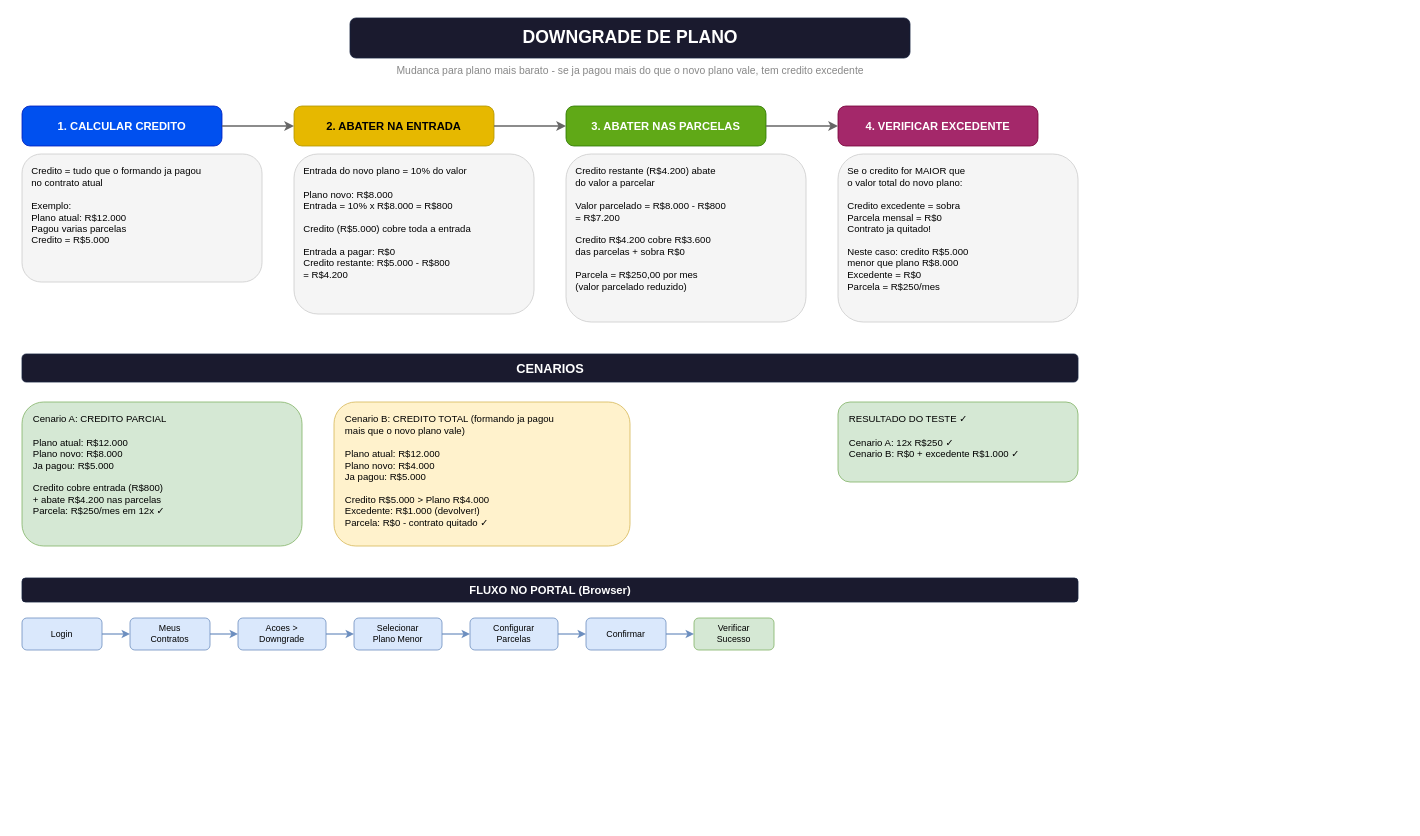
Before: docs/downgrade.drawio in lucasaugustodev/cli-hub-portal-vibe, a draw.io diagram. Source tidied: cells renumbered, new cells numbered last; positions are measured from the earlier drawing's top-left corner, leaving out a move shared by most shapes. Both pictures are drawn from the tidied source at 80%, with x=0, y=0 at pixel (22, 18).
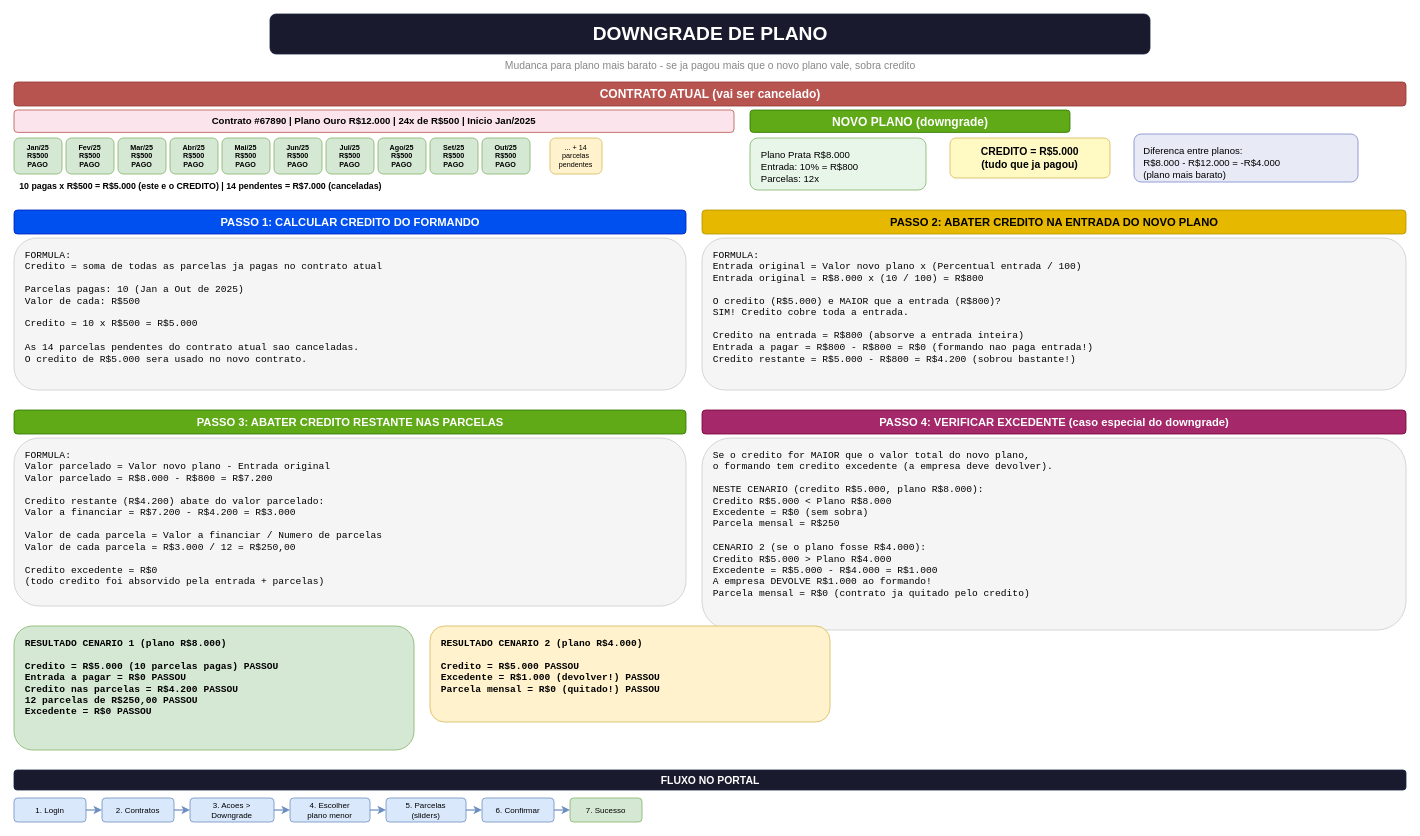
The same diagram, later.

Commit message (it also covers changes not shown here):
chore: add git utility scripts and update downgrade diagram

Diff of the diagram source:
```diff
@@
-    <mxCell id="2" value="DOWNGRADE DE PLANO" style="text;html=1;align=center;verticalAlign=middle;fontSize=22;fontStyle=1;fillColor=#1a1a2e;fontColor=#FFFFFF;rounded=1;strokeColor=#16213e;spacingTop=8;spacingBottom=8;" parent="1" vertex="1">
-      <mxGeometry x="410" width="700" height="50" as="geometry" />
+    <mxCell id="2" value="DOWNGRADE DE PLANO" style="text;html=1;align=center;verticalAlign=middle;fontSize=24;fontStyle=1;fillColor=#1a1a2e;fontColor=#FFFFFF;rounded=1;strokeColor=#16213e;spacingTop=8;spacingBottom=8;" parent="1" vertex="1">
+      <mxGeometry x="310" y="-5" width="1100" height="50" as="geometry" />
     </mxCell>
-    <mxCell id="3" value="Mudanca para plano mais barato - se ja pagou mais do que o novo plano vale, tem credito excedente" style="text;html=1;align=center;verticalAlign=middle;fontSize=13;fontColor=#888888;" parent="1" vertex="1">
-      <mxGeometry x="310" y="52" width="900" height="25" as="geometry" />
+    <mxCell id="3" value="Mudanca para plano mais barato - se ja pagou mais que o novo plano vale, sobra credito" style="text;html=1;align=center;verticalAlign=middle;fontSize=13;fontColor=#888888;" parent="1" vertex="1">
+      <mxGeometry x="360" y="48" width="1000" height="22" as="geometry" />
     </mxCell>
-    <mxCell id="4" value="1. CALCULAR CREDITO" style="rounded=1;whiteSpace=wrap;html=1;fillColor=#0050ef;fontColor=#ffffff;strokeColor=#001DBC;fontSize=14;fontStyle=1;arcSize=20;" parent="1" vertex="1">
-      <mxGeometry y="110" width="250" height="50" as="geometry" />
-    </mxCell>
-    <mxCell id="5" value="Credito = tudo que o formando ja pagou&#10;no contrato atual&#10;&#10;Exemplo:&#10;  Plano atual: R$12.000&#10;  Pagou varias parcelas&#10;  Credito = R$5.000" style="rounded=1;whiteSpace=wrap;html=1;fillColor=#f5f5f5;strokeColor=#CCCCCC;fontSize=12;align=left;spacingLeft=10;spacingRight=10;verticalAlign=top;spacingTop=8;" parent="1" vertex="1">
-      <mxGeometry y="170" width="300" height="160" as="geometry" />
-    </mxCell>
-    <mxCell id="6" value="2. ABATER NA ENTRADA" style="rounded=1;whiteSpace=wrap;html=1;fillColor=#e6b800;fontColor=#000000;strokeColor=#B09500;fontSize=14;fontStyle=1;arcSize=20;" parent="1" vertex="1">
-      <mxGeometry x="340" y="110" width="250" height="50" as="geometry" />
-    </mxCell>
-    <mxCell id="7" value="Entrada do novo plano = 10% do valor&#10;&#10;Plano novo: R$8.000&#10;Entrada = 10% x R$8.000 = R$800&#10;&#10;Credito (R$5.000) cobre toda a entrada&#10;&#10;Entrada a pagar: R$0&#10;Credito restante: R$5.000 - R$800&#10;                = R$4.200" style="rounded=1;whiteSpace=wrap;html=1;fillColor=#f5f5f5;strokeColor=#CCCCCC;fontSize=12;align=left;spacingLeft=10;spacingRight=10;verticalAlign=top;spacingTop=8;" parent="1" vertex="1">
-      <mxGeometry x="340" y="170" width="300" height="200" as="geometry" />
-    </mxCell>
-    <mxCell id="8" style="edgeStyle=orthogonalEdgeStyle;rounded=1;strokeWidth=2;strokeColor=#666666;" parent="1" edge="1" source="4" target="6">
-      <mxGeometry relative="1" as="geometry" />
-    </mxCell>
-    <mxCell id="9" value="3. ABATER NAS PARCELAS" style="rounded=1;whiteSpace=wrap;html=1;fillColor=#60a917;fontColor=#ffffff;strokeColor=#2D7600;fontSize=14;fontStyle=1;arcSize=20;" parent="1" vertex="1">
-      <mxGeometry x="680" y="110" width="250" height="50" as="geometry" />
-    </mxCell>
-    <mxCell id="10" value="Credito restante (R$4.200) abate&#10;do valor a parcelar&#10;&#10;Valor parcelado = R$8.000 - R$800&#10;               = R$7.200&#10;&#10;Credito R$4.200 cobre R$3.600&#10;das parcelas + sobra R$0&#10;&#10;Parcela = R$250,00 por mes&#10;(valor parcelado reduzido)" style="rounded=1;whiteSpace=wrap;html=1;fillColor=#f5f5f5;strokeColor=#CCCCCC;fontSize=12;align=left;spacingLeft=10;spacingRight=10;verticalAlign=top;spacingTop=8;" parent="1" vertex="1">
-      <mxGeometry x="680" y="170" width="300" height="210" as="geometry" />
-    </mxCell>
-    <mxCell id="11" style="edgeStyle=orthogonalEdgeStyle;rounded=1;strokeWidth=2;strokeColor=#666666;" parent="1" edge="1" source="6" target="9">
-      <mxGeometry relative="1" as="geometry" />
-    </mxCell>
-    <mxCell id="12" value="4. VERIFICAR EXCEDENTE" style="rounded=1;whiteSpace=wrap;html=1;fillColor=#a4286a;fontColor=#ffffff;strokeColor=#740037;fontSize=14;fontStyle=1;arcSize=20;" parent="1" vertex="1">
-      <mxGeometry x="1020" y="110" width="250" height="50" as="geometry" />
-    </mxCell>
-    <mxCell id="13" value="Se o credito for MAIOR que&#10;o valor total do novo plano:&#10;&#10;  Credito excedente = sobra&#10;  Parcela mensal = R$0&#10;  Contrato ja quitado!&#10;&#10;Neste caso: credito R$5.000&#10;menor que plano R$8.000&#10;Excedente = R$0&#10;Parcela = R$250/mes" style="rounded=1;whiteSpace=wrap;html=1;fillColor=#f5f5f5;strokeColor=#CCCCCC;fontSize=12;align=left;spacingLeft=10;spacingRight=10;verticalAlign=top;spacingTop=8;" parent="1" vertex="1">
-      <mxGeometry x="1020" y="170" width="300" height="210" as="geometry" />
-    </mxCell>
-    <mxCell id="14" style="edgeStyle=orthogonalEdgeStyle;rounded=1;strokeWidth=2;strokeColor=#666666;" parent="1" edge="1" source="9" target="12">
-      <mxGeometry relative="1" as="geometry" />
-    </mxCell>
-    <mxCell id="15" value="CENARIOS" style="text;html=1;align=center;verticalAlign=middle;fontSize=16;fontStyle=1;fillColor=#1a1a2e;fontColor=#FFFFFF;rounded=1;strokeColor=#16213e;spacingTop=5;spacingBottom=5;" parent="1" vertex="1">
-      <mxGeometry y="420" width="1320" height="35" as="geometry" />
-    </mxCell>
-    <mxCell id="16" value="Cenario A: CREDITO PARCIAL&#10;&#10;Plano atual: R$12.000&#10;Plano novo: R$8.000&#10;Ja pagou: R$5.000&#10;&#10;Credito cobre entrada (R$800)&#10;+ abate R$4.200 nas parcelas&#10;Parcela: R$250/mes em 12x  ✓" style="rounded=1;whiteSpace=wrap;html=1;fillColor=#d5e8d4;strokeColor=#82b366;fontSize=12;align=left;spacingLeft=12;spacingRight=12;verticalAlign=top;spacingTop=8;" parent="1" vertex="1">
-      <mxGeometry y="480" width="350" height="180" as="geometry" />
-    </mxCell>
-    <mxCell id="17" value="Cenario B: CREDITO TOTAL (formando ja pagou&#10;mais que o novo plano vale)&#10;&#10;Plano atual: R$12.000&#10;Plano novo: R$4.000&#10;Ja pagou: R$5.000&#10;&#10;Credito R$5.000 &gt; Plano R$4.000&#10;Excedente: R$1.000 (devolver!)&#10;Parcela: R$0 - contrato quitado  ✓" style="rounded=1;whiteSpace=wrap;html=1;fillColor=#fff2cc;strokeColor=#d6b656;fontSize=12;align=left;spacingLeft=12;spacingRight=12;verticalAlign=top;spacingTop=8;" parent="1" vertex="1">
-      <mxGeometry x="390" y="480" width="370" height="180" as="geometry" />
-    </mxCell>
+    <mxCell id="33" value="CONTRATO ATUAL (vai ser cancelado)" style="text;html=1;align=center;verticalAlign=middle;fontSize=15;fontStyle=1;fillColor=#b85450;fontColor=#FFFFFF;rounded=1;strokeColor=#943634;" parent="1" vertex="1">
+      <mxGeometry x="-10" y="80" width="1740" height="30" as="geometry" />
+    </mxCell>
+    <mxCell id="34" value="Contrato #67890  |  Plano Ouro R$12.000  |  24x de R$500  |  Inicio Jan/2025" style="rounded=1;whiteSpace=wrap;html=1;fillColor=#fce4ec;strokeColor=#b85450;fontSize=12;fontStyle=1;align=center;" parent="1" vertex="1">
+      <mxGeometry x="-10" y="115" width="900" height="28" as="geometry" />
+    </mxCell>
+    <mxCell id="35" value="Jan/25&#10;R$500&#10;PAGO" style="rounded=1;whiteSpace=wrap;html=1;fillColor=#d5e8d4;strokeColor=#82b366;fontSize=9;fontStyle=1;" parent="1" vertex="1">
+      <mxGeometry x="-10" y="150" width="60" height="45" as="geometry" />
+    </mxCell>
+    <mxCell id="36" value="Fev/25&#10;R$500&#10;PAGO" style="rounded=1;whiteSpace=wrap;html=1;fillColor=#d5e8d4;strokeColor=#82b366;fontSize=9;fontStyle=1;" parent="1" vertex="1">
+      <mxGeometry x="55" y="150" width="60" height="45" as="geometry" />
+    </mxCell>
+    <mxCell id="37" value="Mar/25&#10;R$500&#10;PAGO" style="rounded=1;whiteSpace=wrap;html=1;fillColor=#d5e8d4;strokeColor=#82b366;fontSize=9;fontStyle=1;" parent="1" vertex="1">
+      <mxGeometry x="120" y="150" width="60" height="45" as="geometry" />
+    </mxCell>
+    <mxCell id="38" value="Abr/25&#10;R$500&#10;PAGO" style="rounded=1;whiteSpace=wrap;html=1;fillColor=#d5e8d4;strokeColor=#82b366;fontSize=9;fontStyle=1;" parent="1" vertex="1">
+      <mxGeometry x="185" y="150" width="60" height="45" as="geometry" />
+    </mxCell>
+    <mxCell id="39" value="Mai/25&#10;R$500&#10;PAGO" style="rounded=1;whiteSpace=wrap;html=1;fillColor=#d5e8d4;strokeColor=#82b366;fontSize=9;fontStyle=1;" parent="1" vertex="1">
+      <mxGeometry x="250" y="150" width="60" height="45" as="geometry" />
+    </mxCell>
+    <mxCell id="40" value="Jun/25&#10;R$500&#10;PAGO" style="rounded=1;whiteSpace=wrap;html=1;fillColor=#d5e8d4;strokeColor=#82b366;fontSize=9;fontStyle=1;" parent="1" vertex="1">
+      <mxGeometry x="315" y="150" width="60" height="45" as="geometry" />
+    </mxCell>
+    <mxCell id="41" value="Jul/25&#10;R$500&#10;PAGO" style="rounded=1;whiteSpace=wrap;html=1;fillColor=#d5e8d4;strokeColor=#82b366;fontSize=9;fontStyle=1;" parent="1" vertex="1">
+      <mxGeometry x="380" y="150" width="60" height="45" as="geometry" />
+    </mxCell>
+    <mxCell id="42" value="Ago/25&#10;R$500&#10;PAGO" style="rounded=1;whiteSpace=wrap;html=1;fillColor=#d5e8d4;strokeColor=#82b366;fontSize=9;fontStyle=1;" parent="1" vertex="1">
+      <mxGeometry x="445" y="150" width="60" height="45" as="geometry" />
+    </mxCell>
+    <mxCell id="43" value="Set/25&#10;R$500&#10;PAGO" style="rounded=1;whiteSpace=wrap;html=1;fillColor=#d5e8d4;strokeColor=#82b366;fontSize=9;fontStyle=1;" parent="1" vertex="1">
+      <mxGeometry x="510" y="150" width="60" height="45" as="geometry" />
+    </mxCell>
+    <mxCell id="44" value="Out/25&#10;R$500&#10;PAGO" style="rounded=1;whiteSpace=wrap;html=1;fillColor=#d5e8d4;strokeColor=#82b366;fontSize=9;fontStyle=1;" parent="1" vertex="1">
+      <mxGeometry x="575" y="150" width="60" height="45" as="geometry" />
+    </mxCell>
+    <mxCell id="45" value="... + 14&#10;parcelas&#10;pendentes" style="rounded=1;whiteSpace=wrap;html=1;fillColor=#fff2cc;strokeColor=#d6b656;fontSize=9;" parent="1" vertex="1">
+      <mxGeometry x="660" y="150" width="65" height="45" as="geometry" />
+    </mxCell>
+    <mxCell id="46" value="10 pagas x R$500 = R$5.000 (este e o CREDITO)  |  14 pendentes = R$7.000 (canceladas)" style="text;html=1;align=left;verticalAlign=middle;fontSize=11;fontStyle=1;spacingLeft=5;" parent="1" vertex="1">
+      <mxGeometry x="-10" y="200" width="750" height="20" as="geometry" />
+    </mxCell>
+    <mxCell id="47" value="NOVO PLANO (downgrade)" style="text;html=1;align=center;verticalAlign=middle;fontSize=15;fontStyle=1;fillColor=#60a917;fontColor=#FFFFFF;rounded=1;strokeColor=#2D7600;" parent="1" vertex="1">
+      <mxGeometry x="910" y="115" width="400" height="28" as="geometry" />
+    </mxCell>
+    <mxCell id="48" value="Plano Prata R$8.000&#10;Entrada: 10% = R$800&#10;Parcelas: 12x" style="rounded=1;whiteSpace=wrap;html=1;fillColor=#e8f5e9;strokeColor=#82b366;fontSize=12;align=left;spacingLeft=12;verticalAlign=top;spacingTop=8;" parent="1" vertex="1">
+      <mxGeometry x="910" y="150" width="220" height="65" as="geometry" />
+    </mxCell>
+    <mxCell id="49" value="CREDITO = R$5.000&#10;(tudo que ja pagou)" style="rounded=1;whiteSpace=wrap;html=1;fillColor=#fff9c4;strokeColor=#d6b656;fontSize=13;fontStyle=1;align=center;" parent="1" vertex="1">
+      <mxGeometry x="1160" y="150" width="200" height="50" as="geometry" />
+    </mxCell>
+    <mxCell id="50" value="Diferenca entre planos:&#10;R$8.000 - R$12.000 = -R$4.000&#10;(plano mais barato)" style="rounded=1;whiteSpace=wrap;html=1;fillColor=#e8eaf6;strokeColor=#7986CB;fontSize=12;align=left;spacingLeft=10;verticalAlign=top;spacingTop=8;" parent="1" vertex="1">
+      <mxGeometry x="1390" y="145" width="280" height="60" as="geometry" />
+    </mxCell>
+    <mxCell id="51" value="PASSO 1: CALCULAR CREDITO DO FORMANDO" style="text;html=1;align=center;verticalAlign=middle;fontSize=14;fontStyle=1;fillColor=#0050ef;fontColor=#FFFFFF;rounded=1;strokeColor=#001DBC;" parent="1" vertex="1">
+      <mxGeometry x="-10" y="240" width="840" height="30" as="geometry" />
+    </mxCell>
+    <mxCell id="52" value="FORMULA:&#10;  Credito = soma de todas as parcelas ja pagas no contrato atual&#10;&#10;  Parcelas pagas: 10 (Jan a Out de 2025)&#10;  Valor de cada: R$500&#10;&#10;  Credito = 10 x R$500 = R$5.000&#10;&#10;  As 14 parcelas pendentes do contrato atual sao canceladas.&#10;  O credito de R$5.000 sera usado no novo contrato." style="rounded=1;whiteSpace=wrap;html=1;fillColor=#f5f5f5;strokeColor=#CCCCCC;fontSize=12;align=left;spacingLeft=12;verticalAlign=top;spacingTop=8;fontFamily=Courier New;" parent="1" vertex="1">
+      <mxGeometry x="-10" y="275" width="840" height="190" as="geometry" />
+    </mxCell>
+    <mxCell id="53" value="PASSO 2: ABATER CREDITO NA ENTRADA DO NOVO PLANO" style="text;html=1;align=center;verticalAlign=middle;fontSize=14;fontStyle=1;fillColor=#e6b800;fontColor=#000000;rounded=1;strokeColor=#B09500;" parent="1" vertex="1">
+      <mxGeometry x="850" y="240" width="880" height="30" as="geometry" />
+    </mxCell>
+    <mxCell id="54" value="FORMULA:&#10;  Entrada original = Valor novo plano x (Percentual entrada / 100)&#10;  Entrada original = R$8.000 x (10 / 100) = R$800&#10;&#10;  O credito (R$5.000) e MAIOR que a entrada (R$800)?&#10;  SIM! Credito cobre toda a entrada.&#10;&#10;  Credito na entrada = R$800 (absorve a entrada inteira)&#10;  Entrada a pagar    = R$800 - R$800 = R$0 (formando nao paga entrada!)&#10;  Credito restante   = R$5.000 - R$800 = R$4.200 (sobrou bastante!)" style="rounded=1;whiteSpace=wrap;html=1;fillColor=#f5f5f5;strokeColor=#CCCCCC;fontSize=12;align=left;spacingLeft=12;verticalAlign=top;spacingTop=8;fontFamily=Courier New;" parent="1" vertex="1">
+      <mxGeometry x="850" y="275" width="880" height="190" as="geometry" />
+    </mxCell>
+    <mxCell id="55" value="PASSO 3: ABATER CREDITO RESTANTE NAS PARCELAS" style="text;html=1;align=center;verticalAlign=middle;fontSize=14;fontStyle=1;fillColor=#60a917;fontColor=#FFFFFF;rounded=1;strokeColor=#2D7600;" parent="1" vertex="1">
+      <mxGeometry x="-10" y="490" width="840" height="30" as="geometry" />
+    </mxCell>
+    <mxCell id="56" value="FORMULA:&#10;  Valor parcelado = Valor novo plano - Entrada original&#10;  Valor parcelado = R$8.000 - R$800 = R$7.200&#10;&#10;  Credito restante (R$4.200) abate do valor parcelado:&#10;  Valor a financiar = R$7.200 - R$4.200 = R$3.000&#10;&#10;  Valor de cada parcela = Valor a financiar / Numero de parcelas&#10;  Valor de cada parcela = R$3.000 / 12 = R$250,00&#10;&#10;  Credito excedente = R$0&#10;  (todo credito foi absorvido pela entrada + parcelas)" style="rounded=1;whiteSpace=wrap;html=1;fillColor=#f5f5f5;strokeColor=#CCCCCC;fontSize=12;align=left;spacingLeft=12;verticalAlign=top;spacingTop=8;fontFamily=Courier New;" parent="1" vertex="1">
+      <mxGeometry x="-10" y="525" width="840" height="210" as="geometry" />
+    </mxCell>
+    <mxCell id="57" value="PASSO 4: VERIFICAR EXCEDENTE (caso especial do downgrade)" style="text;html=1;align=center;verticalAlign=middle;fontSize=14;fontStyle=1;fillColor=#a4286a;fontColor=#ffffff;rounded=1;strokeColor=#740037;" parent="1" vertex="1">
+      <mxGeometry x="850" y="490" width="880" height="30" as="geometry" />
+    </mxCell>
+    <mxCell id="58" value="Se o credito for MAIOR que o valor total do novo plano,&#10;o formando tem credito excedente (a empresa deve devolver).&#10;&#10;NESTE CENARIO (credito R$5.000, plano R$8.000):&#10;  Credito R$5.000 &lt; Plano R$8.000&#10;  Excedente = R$0 (sem sobra)&#10;  Parcela mensal = R$250&#10;&#10;CENARIO 2 (se o plano fosse R$4.000):&#10;  Credito R$5.000 &gt; Plano R$4.000&#10;  Excedente = R$5.000 - R$4.000 = R$1.000&#10;  A empresa DEVOLVE R$1.000 ao formando!&#10;  Parcela mensal = R$0 (contrato ja quitado pelo credito)" style="rounded=1;whiteSpace=wrap;html=1;fillColor=#f5f5f5;strokeColor=#CCCCCC;fontSize=12;align=left;spacingLeft=12;verticalAlign=top;spacingTop=8;fontFamily=Courier New;" parent="1" vertex="1">
+      <mxGeometry x="850" y="525" width="880" height="240" as="geometry" />
+    </mxCell>
+    <mxCell id="59" value="RESULTADO CENARIO 1 (plano R$8.000)&#10;&#10;  Credito = R$5.000 (10 parcelas pagas)       PASSOU&#10;  Entrada a pagar = R$0                        PASSOU&#10;  Credito nas parcelas = R$4.200               PASSOU&#10;  12 parcelas de R$250,00                      PASSOU&#10;  Excedente = R$0                              PASSOU" style="rounded=1;whiteSpace=wrap;html=1;fillColor=#d5e8d4;strokeColor=#82b366;fontSize=12;align=left;spacingLeft=12;verticalAlign=top;spacingTop=8;fontFamily=Courier New;fontStyle=1;" parent="1" vertex="1">
+      <mxGeometry x="-10" y="760" width="500" height="155" as="geometry" />
+    </mxCell>
+    <mxCell id="60" value="RESULTADO CENARIO 2 (plano R$4.000)&#10;&#10;  Credito = R$5.000                            PASSOU&#10;  Excedente = R$1.000 (devolver!)              PASSOU&#10;  Parcela mensal = R$0 (quitado!)              PASSOU" style="rounded=1;whiteSpace=wrap;html=1;fillColor=#fff2cc;strokeColor=#d6b656;fontSize=12;align=left;spacingLeft=12;verticalAlign=top;spacingTop=8;fontFamily=Courier New;fontStyle=1;" parent="1" vertex="1">
+      <mxGeometry x="510" y="760" width="500" height="120" as="geometry" />
+    </mxCell>
-    <mxCell id="18" value="FLUXO NO PORTAL (Browser)" style="text;html=1;align=center;verticalAlign=middle;fontSize=14;fontStyle=1;fillColor=#1a1a2e;fontColor=#FFFFFF;rounded=1;strokeColor=#16213e;spacingTop=4;spacingBottom=4;" parent="1" vertex="1">
-      <mxGeometry y="700" width="1320" height="30" as="geometry" />
+    <mxCell id="18" value="FLUXO NO PORTAL" style="text;html=1;align=center;verticalAlign=middle;fontSize=13;fontStyle=1;fillColor=#1a1a2e;fontColor=#FFFFFF;rounded=1;strokeColor=#16213e;" parent="1" vertex="1">
+      <mxGeometry x="-10" y="940" width="1740" height="25" as="geometry" />
     </mxCell>
-    <mxCell id="19" value="Login" style="rounded=1;whiteSpace=wrap;html=1;fillColor=#dae8fc;strokeColor=#6c8ebf;fontSize=11;" parent="1" vertex="1">
-      <mxGeometry y="750" width="100" height="40" as="geometry" />
+    <mxCell id="19" value="1. Login" style="rounded=1;whiteSpace=wrap;html=1;fillColor=#dae8fc;strokeColor=#6c8ebf;fontSize=10;" parent="1" vertex="1">
+      <mxGeometry x="-10" y="975" width="90" height="30" as="geometry" />
     </mxCell>
-    <mxCell id="20" value="Meus&#10;Contratos" style="rounded=1;whiteSpace=wrap;html=1;fillColor=#dae8fc;strokeColor=#6c8ebf;fontSize=11;" parent="1" vertex="1">
-      <mxGeometry x="135" y="750" width="100" height="40" as="geometry" />
+    <mxCell id="20" value="2. Contratos" style="rounded=1;whiteSpace=wrap;html=1;fillColor=#dae8fc;strokeColor=#6c8ebf;fontSize=10;" parent="1" vertex="1">
+      <mxGeometry x="100" y="975" width="90" height="30" as="geometry" />
     </mxCell>
-    <mxCell id="21" value="Acoes &gt;&#10;Downgrade" style="rounded=1;whiteSpace=wrap;html=1;fillColor=#dae8fc;strokeColor=#6c8ebf;fontSize=11;" parent="1" vertex="1">
-      <mxGeometry x="270" y="750" width="110" height="40" as="geometry" />
+    <mxCell id="21" value="3. Acoes &gt;&#10;Downgrade" style="rounded=1;whiteSpace=wrap;html=1;fillColor=#dae8fc;strokeColor=#6c8ebf;fontSize=10;" parent="1" vertex="1">
+      <mxGeometry x="210" y="975" width="105" height="30" as="geometry" />
     </mxCell>
-    <mxCell id="22" value="Selecionar&#10;Plano Menor" style="rounded=1;whiteSpace=wrap;html=1;fillColor=#dae8fc;strokeColor=#6c8ebf;fontSize=11;" parent="1" vertex="1">
-      <mxGeometry x="415" y="750" width="110" height="40" as="geometry" />
+    <mxCell id="22" value="4. Escolher&#10;plano menor" style="rounded=1;whiteSpace=wrap;html=1;fillColor=#dae8fc;strokeColor=#6c8ebf;fontSize=10;" parent="1" vertex="1">
+      <mxGeometry x="335" y="975" width="100" height="30" as="geometry" />
     </mxCell>
-    <mxCell id="23" value="Configurar&#10;Parcelas" style="rounded=1;whiteSpace=wrap;html=1;fillColor=#dae8fc;strokeColor=#6c8ebf;fontSize=11;" parent="1" vertex="1">
-      <mxGeometry x="560" y="750" width="110" height="40" as="geometry" />
+    <mxCell id="23" value="5. Parcelas&#10;(sliders)" style="rounded=1;whiteSpace=wrap;html=1;fillColor=#dae8fc;strokeColor=#6c8ebf;fontSize=10;" parent="1" vertex="1">
+      <mxGeometry x="455" y="975" width="100" height="30" as="geometry" />
     </mxCell>
-    <mxCell id="24" value="Confirmar" style="rounded=1;whiteSpace=wrap;html=1;fillColor=#dae8fc;strokeColor=#6c8ebf;fontSize=11;" parent="1" vertex="1">
-      <mxGeometry x="705" y="750" width="100" height="40" as="geometry" />
+    <mxCell id="24" value="6. Confirmar" style="rounded=1;whiteSpace=wrap;html=1;fillColor=#dae8fc;strokeColor=#6c8ebf;fontSize=10;" parent="1" vertex="1">
+      <mxGeometry x="575" y="975" width="90" height="30" as="geometry" />
     </mxCell>
-    <mxCell id="25" value="Verificar&#10;Sucesso" style="rounded=1;whiteSpace=wrap;html=1;fillColor=#d5e8d4;strokeColor=#82b366;fontSize=11;" parent="1" vertex="1">
-      <mxGeometry x="840" y="750" width="100" height="40" as="geometry" />
+    <mxCell id="25" value="7. Sucesso" style="rounded=1;whiteSpace=wrap;html=1;fillColor=#d5e8d4;strokeColor=#82b366;fontSize=10;" parent="1" vertex="1">
+      <mxGeometry x="685" y="975" width="90" height="30" as="geometry" />
     </mxCell>
@@
-    <mxCell id="32" value="RESULTADO DO TESTE  ✓&#10;&#10;Cenario A: 12x R$250  ✓&#10;Cenario B: R$0 + excedente R$1.000  ✓" style="rounded=1;whiteSpace=wrap;html=1;fillColor=#d5e8d4;strokeColor=#82b366;fontSize=12;align=left;spacingLeft=12;spacingRight=12;verticalAlign=top;spacingTop=8;" parent="1" vertex="1">
-      <mxGeometry x="1020" y="480" width="300" height="100" as="geometry" />
-    </mxCell>
```
